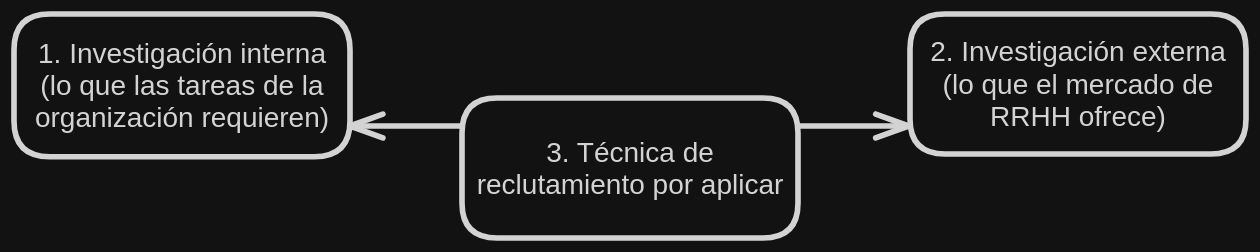
This is 4to Nivel/Administración de Sistemas de Información/attachments/Investigación del Mercado 2024-07-11 00.04.30.excalidraw.svg from agustinbravop/utn-vault, a Excalidraw export, as it was before one commit. Source tidied: one line per element, renumbered; positions are measured from the earlier drawing's top-left corner, leaving out a move shared by most shapes.
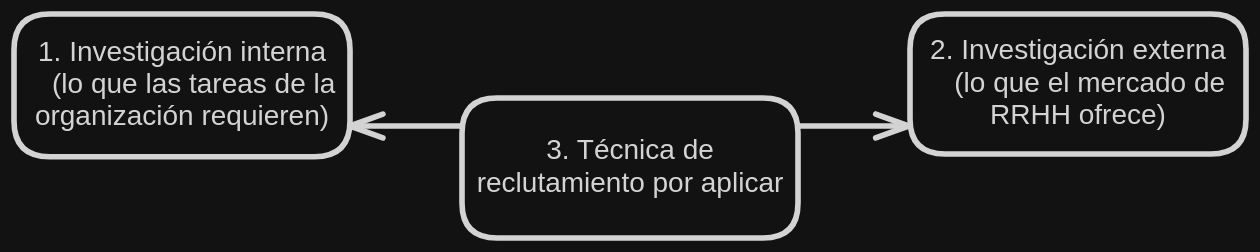
After the change.

Diff of the diagram source:
```diff
@@ -1,8 +1,8 @@
 {"id": 0, "type": "rectangle", "strokeColor": "#1e1e1e", "strokeWidth": 4, "roughness": 0, "round": true, "x": 0, "y": 0, "width": 240, "height": 102}
-{"id": 1, "type": "text", "text": "1. Investigación interna\n(lo que las tareas de la\norganización requieren)", "strokeColor": "#1e1e1e", "strokeWidth": 4, "roughness": 0, "fontSize": 20, "fontFamily": 2, "textAlign": "center", "verticalAlign": "middle", "inside": 0, "x": 15, "y": 16, "width": 210, "height": 69}
+{"id": 1, "type": "text", "text": "1. Investigación interna\n   (lo que las tareas de la\norganización requieren)", "strokeColor": "#1e1e1e", "strokeWidth": 4, "roughness": 0, "fontSize": 20, "fontFamily": 2, "textAlign": "center", "verticalAlign": "middle", "inside": 0, "x": 2, "y": 16, "width": 236, "height": 69}
 {"id": 2, "type": "rectangle", "strokeColor": "#1e1e1e", "strokeWidth": 4, "roughness": 0, "round": true, "x": 640, "y": 0, "width": 240, "height": 100}
-{"id": 3, "type": "text", "text": "2. Investigación externa\n(lo que el mercado de\nRRHH ofrece)", "strokeColor": "#1e1e1e", "strokeWidth": 4, "roughness": 0, "fontSize": 20, "fontFamily": 2, "textAlign": "center", "verticalAlign": "middle", "inside": 2, "x": 654, "y": 16, "width": 211, "height": 69}
+{"id": 3, "type": "text", "text": "2. Investigación externa\n   (lo que el mercado de\nRRHH ofrece)", "strokeColor": "#1e1e1e", "strokeWidth": 4, "roughness": 0, "fontSize": 20, "fontFamily": 2, "textAlign": "center", "verticalAlign": "middle", "inside": 2, "x": 647, "y": 16, "width": 227, "height": 69}
 {"id": 4, "type": "rectangle", "strokeColor": "#1e1e1e", "strokeWidth": 4, "roughness": 0, "round": true, "x": 320, "y": 60, "width": 240, "height": 100}
-{"id": 5, "type": "text", "text": "3. Técnica de\nreclutamiento por aplicar", "strokeColor": "#1e1e1e", "strokeWidth": 4, "roughness": 0, "fontSize": 20, "fontFamily": 2, "textAlign": "center", "verticalAlign": "middle", "inside": 4, "x": 331, "y": 87, "width": 219, "height": 46}
+{"id": 5, "type": "text", "text": "3. Técnica de\nreclutamiento por aplicar", "strokeColor": "#1e1e1e", "strokeWidth": 4, "roughness": 0, "fontSize": 20, "fontFamily": 2, "textAlign": "center", "verticalAlign": "middle", "inside": 4, "x": 329, "y": 87, "width": 221, "height": 46}
 {"id": 6, "type": "arrow", "strokeColor": "#1e1e1e", "strokeWidth": 4, "roughness": 0, "endArrowhead": "arrow", "round": true, "from": 4, "x": 319, "y": 80, "width": 79, "height": 0, "points": [[0, 0], [-79, 0]]}
 {"id": 7, "type": "arrow", "strokeColor": "#1e1e1e", "strokeWidth": 4, "roughness": 0, "endArrowhead": "arrow", "round": true, "from": 4, "to": 2, "x": 561, "y": 80, "width": 78, "height": 0, "points": [[0, 0], [78, 0]]}
```
